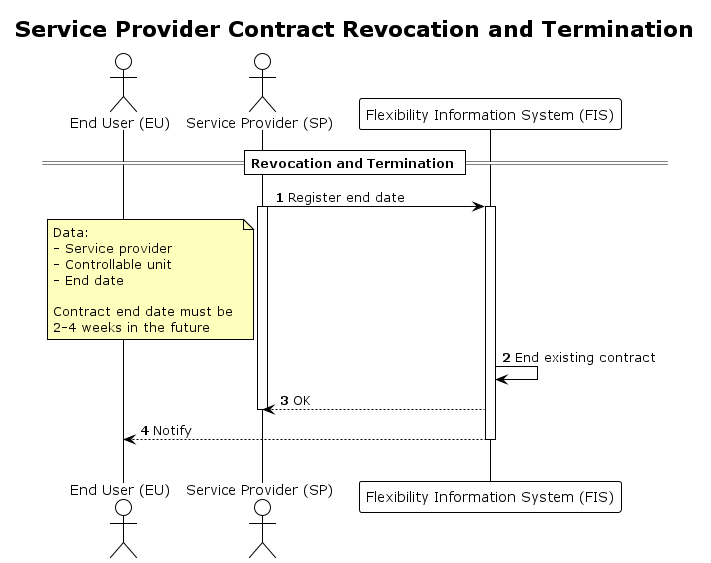
Above: docs/diagrams/revocation.png in elhub/flex-information-system (PlantUML), before the change. The source it was exported from:
```plantuml
@startuml revocation
!theme plain

title Service Provider Contract Revocation and Termination

autonumber
skinparam note {
    BackgroundColor #FFFFBD
}

actor "End User (EU)" AS EU
actor "Service Provider (SP)" as SP
participant "Flexibility Information System (FIS)" as FIS

== Revocation and Termination ==

SP -> FIS: Register end date
activate SP
note left SP
Data:
- Service provider
- Controllable unit
- End date

Contract end date must be
2-4 weeks in the future
end note
activate FIS
FIS -> FIS: End existing contract
FIS --> SP: OK
deactivate SP
FIS --> EU: Notify
deactivate FIS

|||
@enduml
```
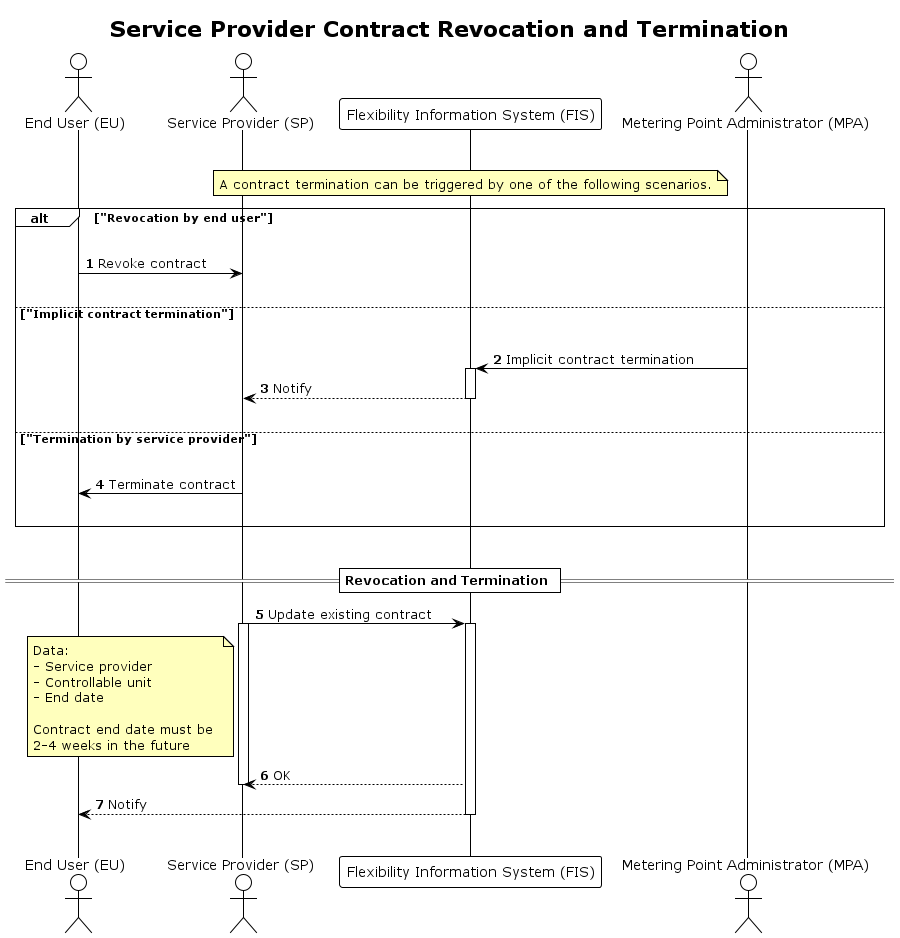
Above is the later version.

Commit message:
Update on revocation process

Added alt in diagram.

Change to the diagram source:
```diff
@@ -11,10 +11,35 @@
 actor "End User (EU)" AS EU
 actor "Service Provider (SP)" as SP
 participant "Flexibility Information System (FIS)" as FIS
+actor "Metering Point Administrator (MPA)" as MPA
+
+|||
+
+note over FIS
+A contract termination can be triggered by one of the following scenarios.
+end note
+
+alt "Revocation by end user"
+    |||
+    EU -> SP: Revoke contract
+    |||
+else "Implicit contract termination"
+    |||
+    MPA -> FIS: Implicit contract termination
+    activate FIS
+    FIS --> SP: Notify
+    deactivate FIS
+    |||
+else "Termination by service provider"
+    |||
+    SP -> EU: Terminate contract
+    |||
+end
+    |||
 
 == Revocation and Termination ==
 
-SP -> FIS: Register end date
+SP -> FIS: Update existing contract
 activate SP
 note left SP
 Data:
@@ -26,7 +51,6 @@
 2-4 weeks in the future
 end note
 activate FIS
-FIS -> FIS: End existing contract
 FIS --> SP: OK
 deactivate SP
 FIS --> EU: Notify
```
